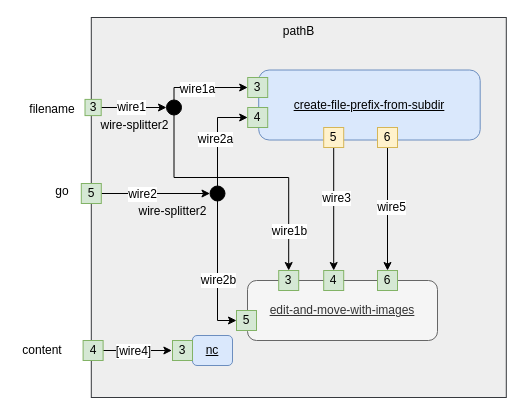
Above: page "pathB" (8 of 8) of Implementation-Scrivener-to-Jekyll.drawio in guitarvydas/scrivener-to-jekyll (draw.io), before the change. Source tidied: cells renumbered, new cells numbered last; positions are measured from the earlier drawing's top-left corner, leaving out a move shared by most shapes. Both pictures are drawn from the tidied source at 100%, with x=0, y=0 at pixel (17, 17).
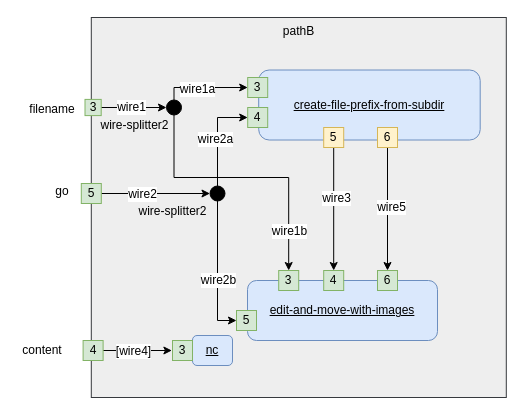
The same diagram, later.

The edit, as a diff of the source:
```diff
@@
-    <mxCell id="8" value="&lt;u&gt;edit-and-move-with-images&lt;/u&gt;" style="rounded=1;whiteSpace=wrap;html=1;shadow=0;align=center;fillColor=#f5f5f5;strokeColor=#666666;fontColor=#333333;" parent="1" vertex="1">
+    <mxCell id="8" value="&lt;u&gt;edit-and-move-with-images&lt;/u&gt;" style="rounded=1;whiteSpace=wrap;html=1;shadow=0;align=center;fillColor=#dae8fc;strokeColor=#6c8ebf;" parent="1" vertex="1">
       <mxGeometry x="230" y="263" width="190" height="60" as="geometry" />
     </mxCell>
```
